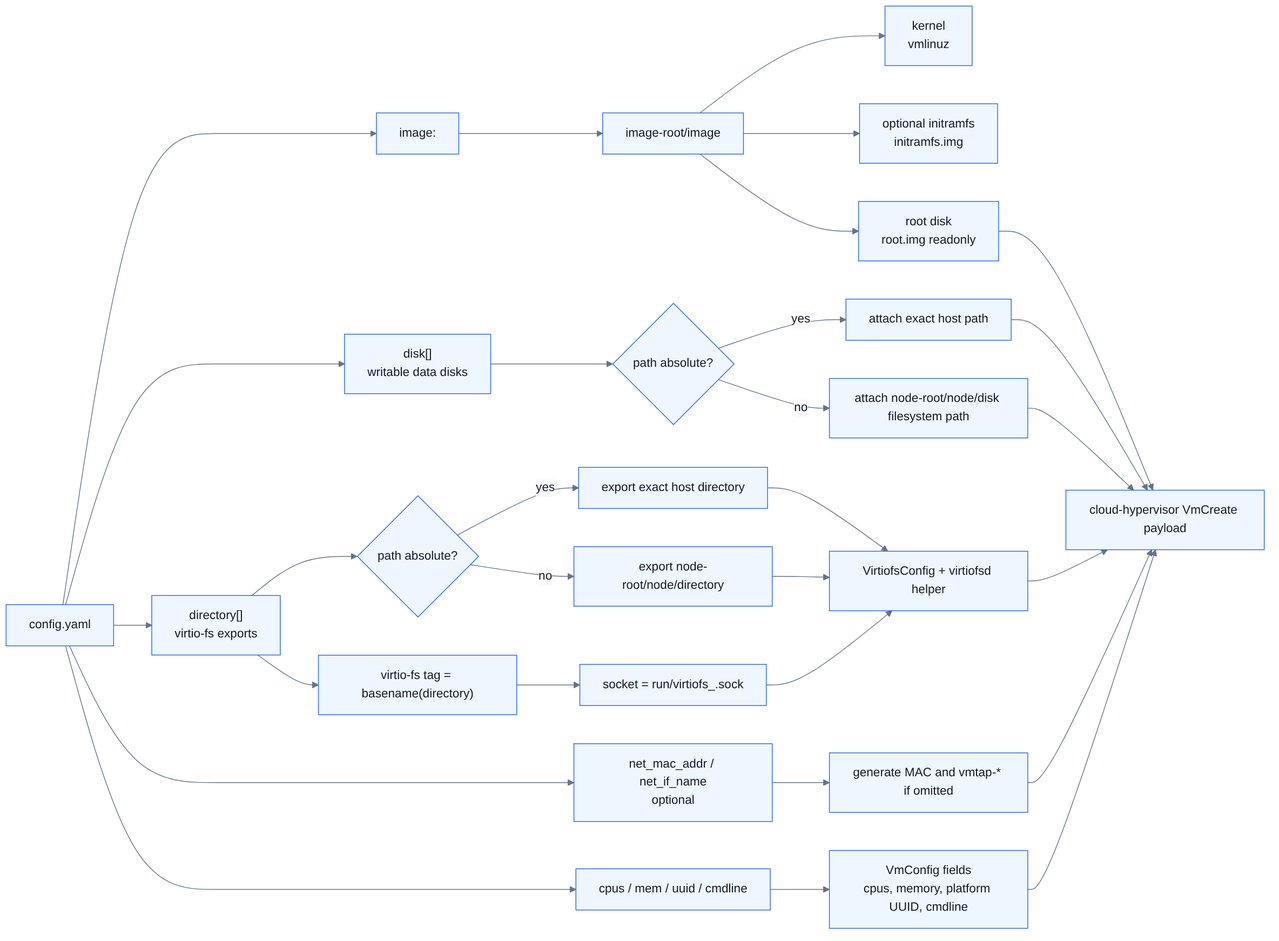
spi-ca/cvmm keeps this Mermaid diagram as docs/diagrams/manifest-runtime-mapping.png. Above is the earlier version. Its source is kept beside it as docs/diagrams/manifest-runtime-mapping.mmd.
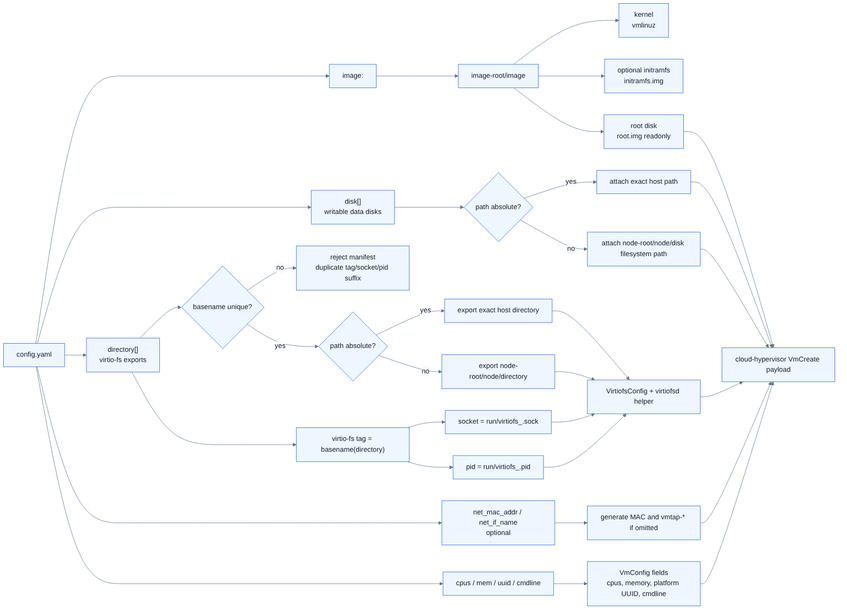
The same file after the commit.

Diff of the diagram source:
```diff
@@ -14,11 +14,14 @@
     diskRule -- yes --> diskAbs["attach exact host path"]
     diskRule -- no --> diskNode["attach node-root/node/disk filesystem path"]
 
-    directory --> dirRule{"path absolute?"}
+    directory --> baseRule{"basename unique?"}
+    baseRule -- no --> reject["reject manifest\nduplicate tag/socket/pid suffix"]
+    baseRule -- yes --> dirRule{"path absolute?"}
     dirRule -- yes --> dirAbs["export exact host directory"]
     dirRule -- no --> dirNode["export node-root/node/directory"]
     directory --> tag["virtio-fs tag = basename(directory)"]
     tag --> socket["socket = run/virtiofs_<tag>.sock"]
+    tag --> pidfile["pid = run/virtiofs_<tag>.pid"]
 
     net --> defaultNet["generate MAC and vmtap-* if omitted"]
     cpuMem --> vmPayload["VmConfig fields\ncpus, memory, platform UUID, cmdline"]
@@ -29,6 +32,7 @@
     dirAbs --> vfs["VirtiofsConfig + virtiofsd helper"]
     dirNode --> vfs
     socket --> vfs
+    pidfile --> vfs
     vfs --> vm
     defaultNet --> vm
     vmPayload --> vm
```
